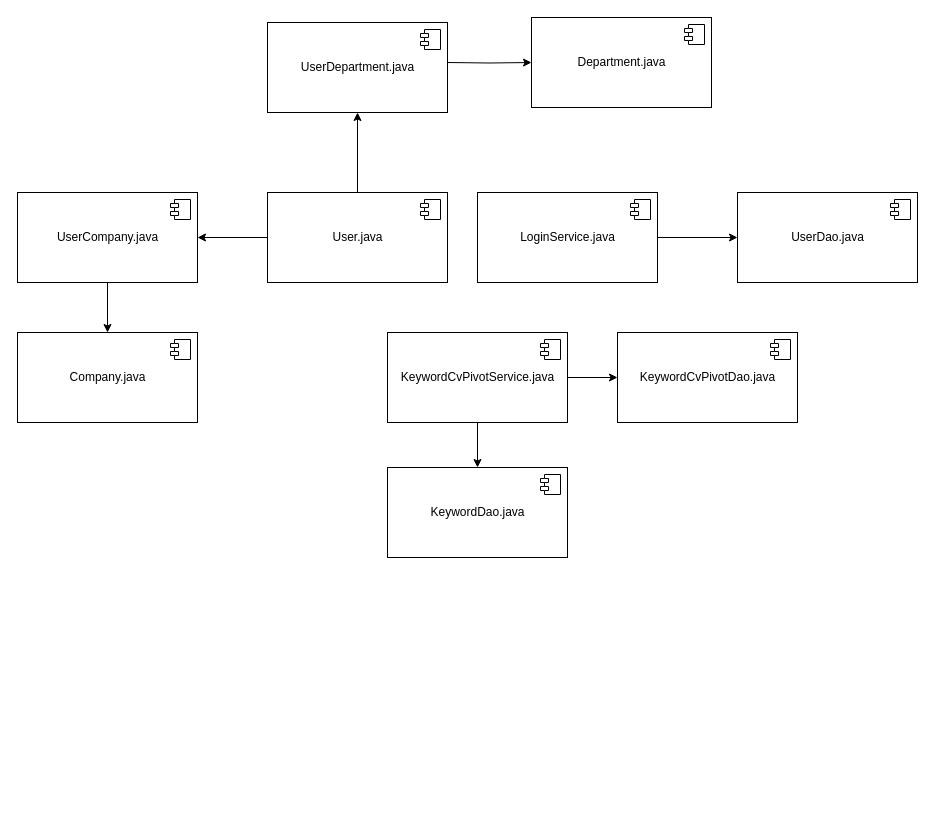
This is diagrams/general/component/component_v3/component_v3.drawio from ioannidis/e-career-office-web-app, a draw.io file, before an edit. Source tidied: cells renumbered, new cells numbered last; positions are measured from the earlier drawing's top-left corner, leaving out a move shared by most shapes. Both pictures are drawn from the tidied source at 100%, with x=0, y=0 at pixel (17, 17).
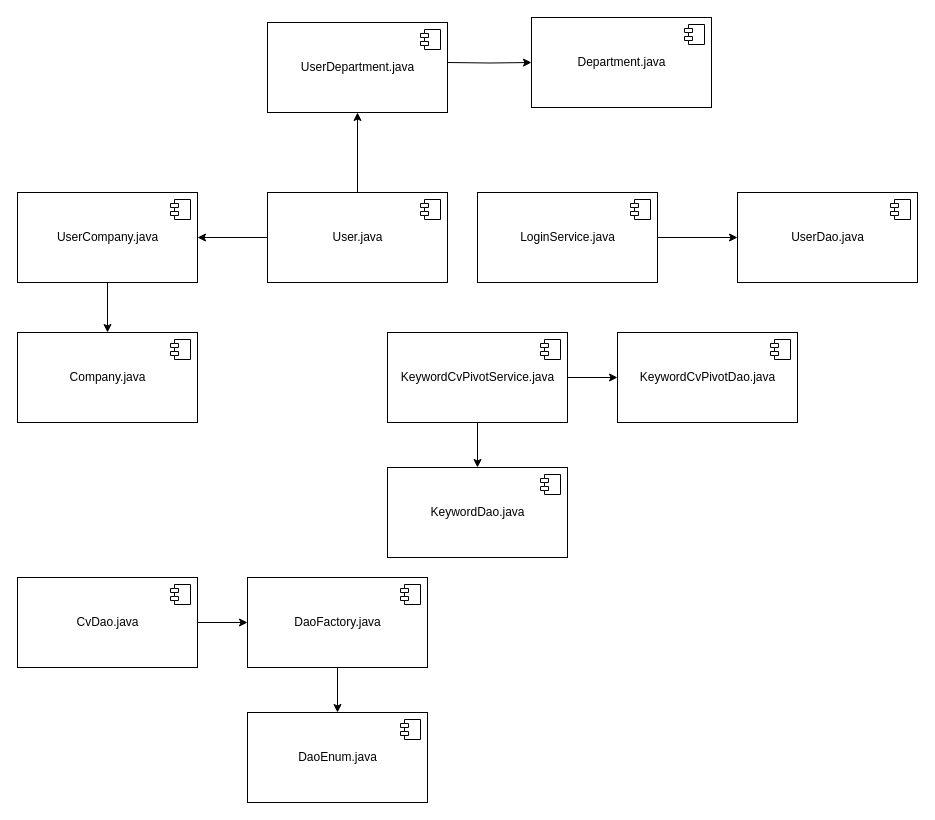
Above is the later version.

Commit message (it also covers changes not shown here):
Component Diagram - Fixed!

The edit, as a diff of the source:
```diff
@@
+    <mxCell id="29" style="edgeStyle=orthogonalEdgeStyle;rounded=0;jettySize=auto;html=1;entryX=0;entryY=0.5;entryDx=0;entryDy=0;" parent="1" edge="1" source="30" target="33">
+      <mxGeometry relative="1" as="geometry" />
+    </mxCell>
+    <mxCell id="30" value="CvDao.java" style="html=1;" parent="1" vertex="1">
+      <mxGeometry y="560" width="180" height="90" as="geometry" />
+    </mxCell>
+    <mxCell id="31" style="shape=component;jettyWidth=8;jettyHeight=4;" parent="30" vertex="1">
+      <mxGeometry x="1" width="20" height="20" relative="1" as="geometry">
+        <mxPoint x="-27" y="7" as="offset" />
+      </mxGeometry>
+    </mxCell>
+    <mxCell id="32" style="edgeStyle=orthogonalEdgeStyle;rounded=0;jettySize=auto;html=1;" parent="1" edge="1" source="33" target="35">
+      <mxGeometry relative="1" as="geometry" />
+    </mxCell>
+    <mxCell id="33" value="DaoFactory.java" style="html=1;" parent="1" vertex="1">
+      <mxGeometry x="230" y="560" width="180" height="90" as="geometry" />
+    </mxCell>
+    <mxCell id="34" style="shape=component;jettyWidth=8;jettyHeight=4;" parent="33" vertex="1">
+      <mxGeometry x="1" width="20" height="20" relative="1" as="geometry">
+        <mxPoint x="-27" y="7" as="offset" />
+      </mxGeometry>
+    </mxCell>
+    <mxCell id="35" value="DaoEnum.java" style="html=1;" parent="1" vertex="1">
+      <mxGeometry x="230" y="695" width="180" height="90" as="geometry" />
+    </mxCell>
+    <mxCell id="36" style="shape=component;jettyWidth=8;jettyHeight=4;" parent="35" vertex="1">
+      <mxGeometry x="1" width="20" height="20" relative="1" as="geometry">
+        <mxPoint x="-27" y="7" as="offset" />
+      </mxGeometry>
+    </mxCell>
```
